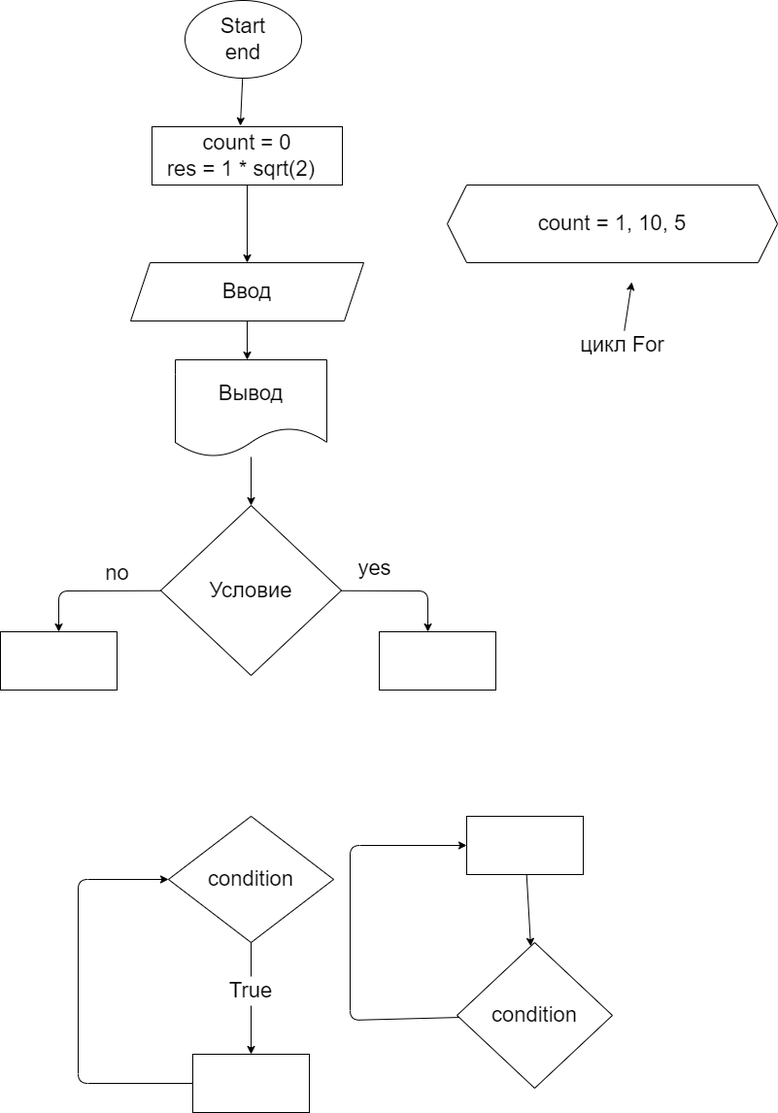
The draw.io diagram ex000.drawio.png in Ingwaripi/practice-_temp, before a commit. Source tidied: cells renumbered, new cells last; positions are measured from the earlier drawing's top-left corner, leaving out a move shared by most shapes.
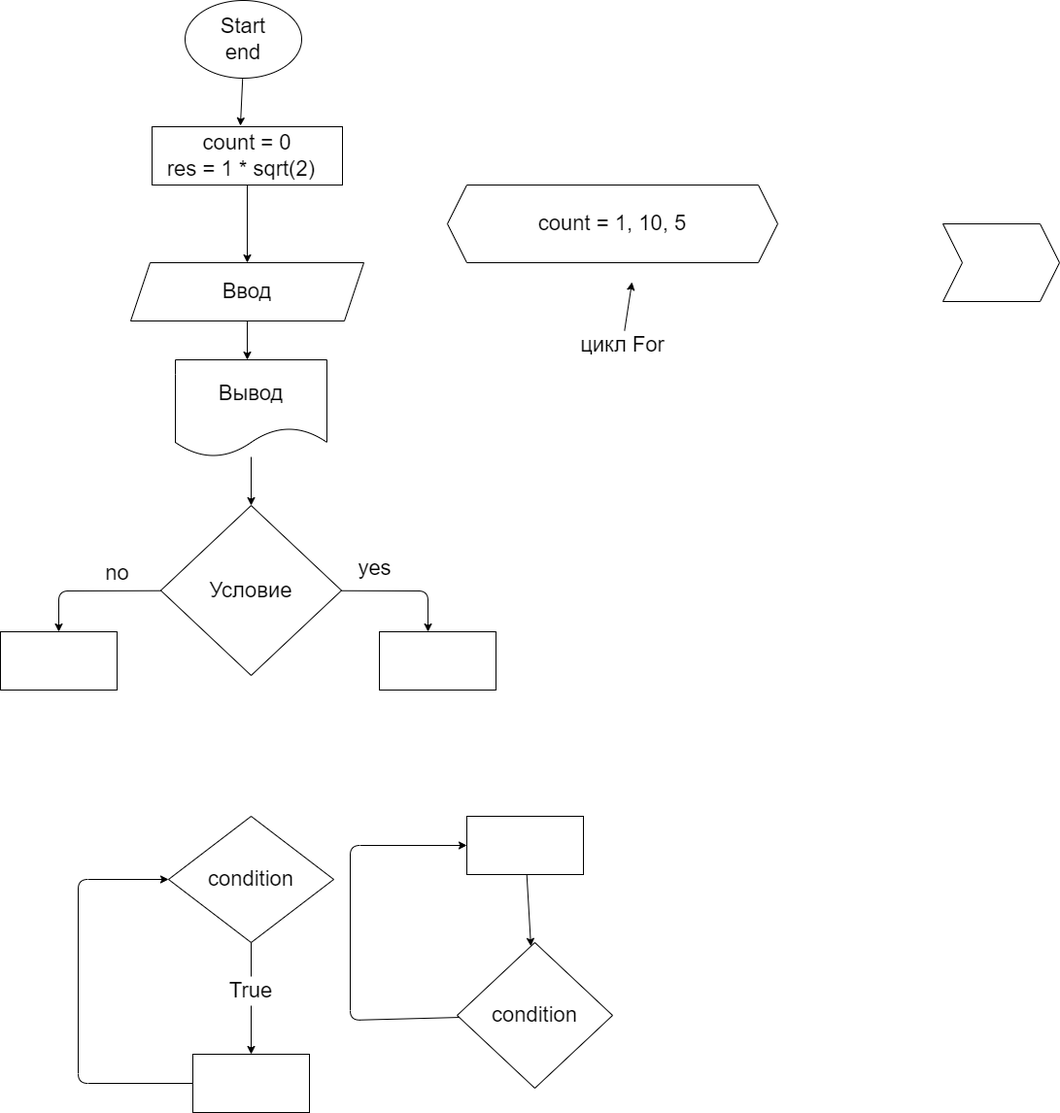
After the change.

Change to the diagram source:
```diff
@@ -110,5 +110,8 @@
     <mxCell id="29" value="цикл For" style="text;html=1;align=center;verticalAlign=middle;points=[];strokeColor=none;fillColor=none;fontSize=22;" parent="1" vertex="1">
       <mxGeometry x="590" y="340" width="100" height="30" as="geometry" />
     </mxCell>
+    <mxCell id="30" style="shape=step;perimeter=stepPerimeter;whiteSpace=wrap;html=1;fixedSize=1;fontSize=22;" parent="1" vertex="1">
+      <mxGeometry x="970" y="230" width="120" height="80" as="geometry" />
+    </mxCell>
   </root>
 </mxGraphModel>
```
